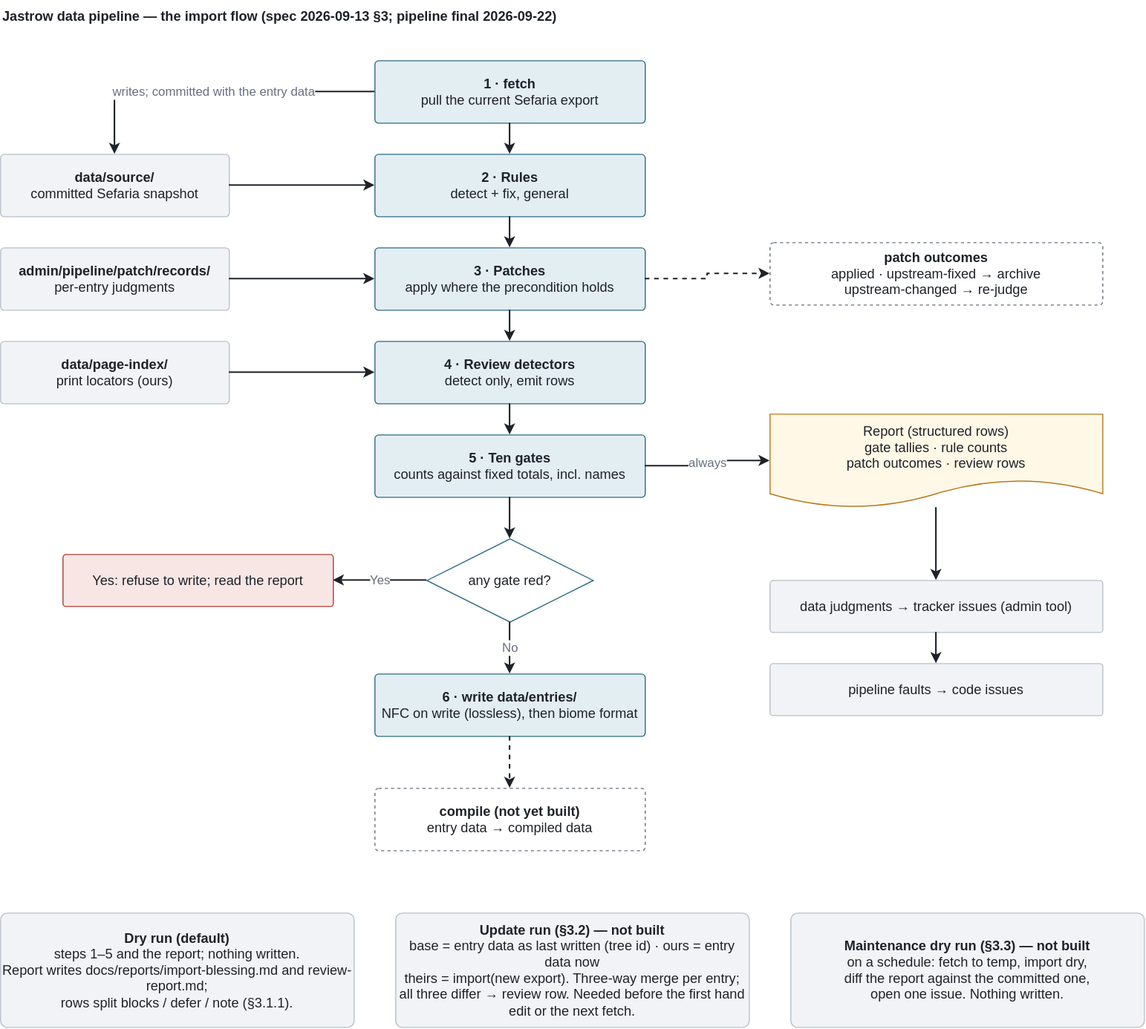
Before: docs/pipeline-flow.drawio.svg, a diagram exported from draw.io (UniquePixels/jastrow). Source tidied: cells renumbered, new cells last; positions are measured from the earlier drawing's top-left corner, leaving out a move shared by most shapes.
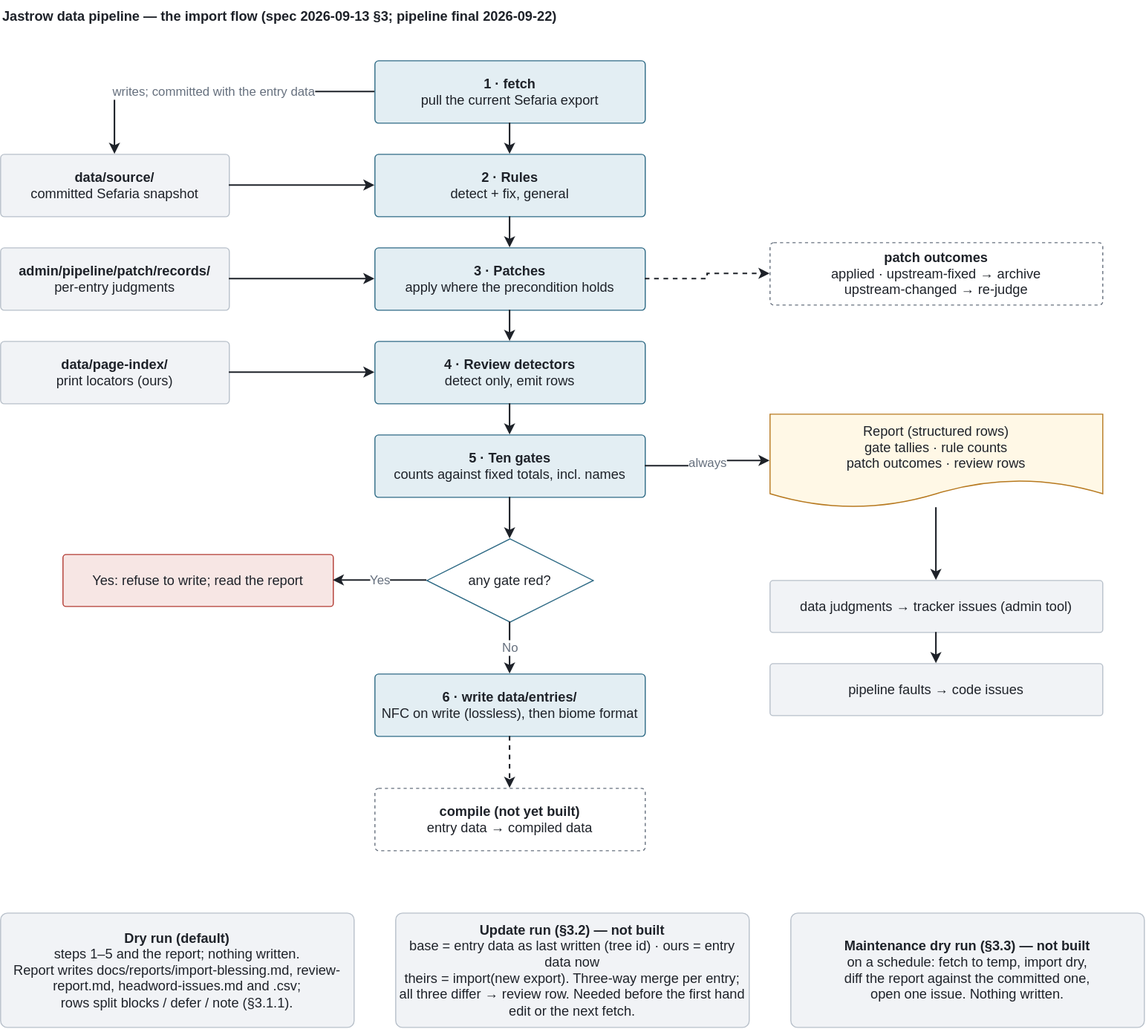
The same diagram one commit later.

Commit message:
🦠 fix(review): guard count.ts, pair later groups

What changed in the source:
```diff
@@ -53,7 +53,7 @@
     <mxCell id="18" value="pipeline faults → code issues" style="rounded=1;arcSize=6;whiteSpace=wrap;html=1;fontFamily=Helvetica;fontSize=13;fontColor=#1E2229;fillColor=#F1F3F6;strokeColor=#B8C0CA;" parent="1" vertex="1">
       <mxGeometry x="740" y="638" width="320" height="50" as="geometry" />
     </mxCell>
-    <mxCell id="19" value="&lt;b&gt;Dry run (default)&lt;/b&gt;&lt;br&gt;steps 1–5 and the report; nothing written.&lt;br&gt;Report writes docs/reports/import-blessing.md and review-report.md;&lt;br&gt;rows split blocks / defer / note (§3.1.1)." style="rounded=1;arcSize=6;whiteSpace=wrap;html=1;fontFamily=Helvetica;fontSize=13;fontColor=#1E2229;fillColor=#F1F3F6;strokeColor=#B8C0CA;" parent="1" vertex="1">
+    <mxCell id="19" value="&lt;b&gt;Dry run (default)&lt;/b&gt;&lt;br&gt;steps 1–5 and the report; nothing written.&lt;br&gt;Report writes docs/reports/import-blessing.md, review-report.md, headword-issues.md and .csv;&lt;br&gt;rows split blocks / defer / note (§3.1.1)." style="rounded=1;arcSize=6;whiteSpace=wrap;html=1;fontFamily=Helvetica;fontSize=13;fontColor=#1E2229;fillColor=#F1F3F6;strokeColor=#B8C0CA;" parent="1" vertex="1">
       <mxGeometry y="878" width="340" height="110" as="geometry" />
     </mxCell>
     <mxCell id="20" value="&lt;b&gt;Update run (§3.2) — not built&lt;/b&gt;&lt;br&gt;base = entry data as last written (tree id) · ours = entry data now&lt;br&gt;theirs = import(new export). Three-way merge per entry;&lt;br&gt;all three differ → review row. Needed before the first hand edit or the next fetch." style="rounded=1;arcSize=6;whiteSpace=wrap;html=1;fontFamily=Helvetica;fontSize=13;fontColor=#1E2229;fillColor=#F1F3F6;strokeColor=#B8C0CA;" parent="1" vertex="1">
```
